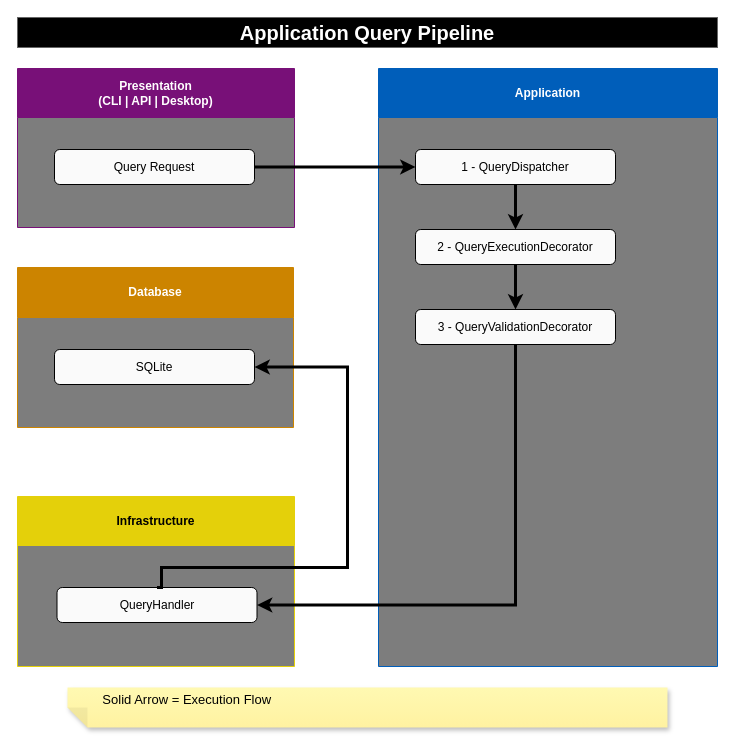
The draw.io diagram docs/application/application-query-pipeline.drawio in sergio-lopes-developer/whoami, before the edit. Source tidied: cells renumbered, new cells numbered last; positions are measured from the earlier drawing's top-left corner, leaving out a move shared by most shapes. Both pictures are drawn from the tidied source at 100%, with x=0, y=0 at pixel (17, 17).
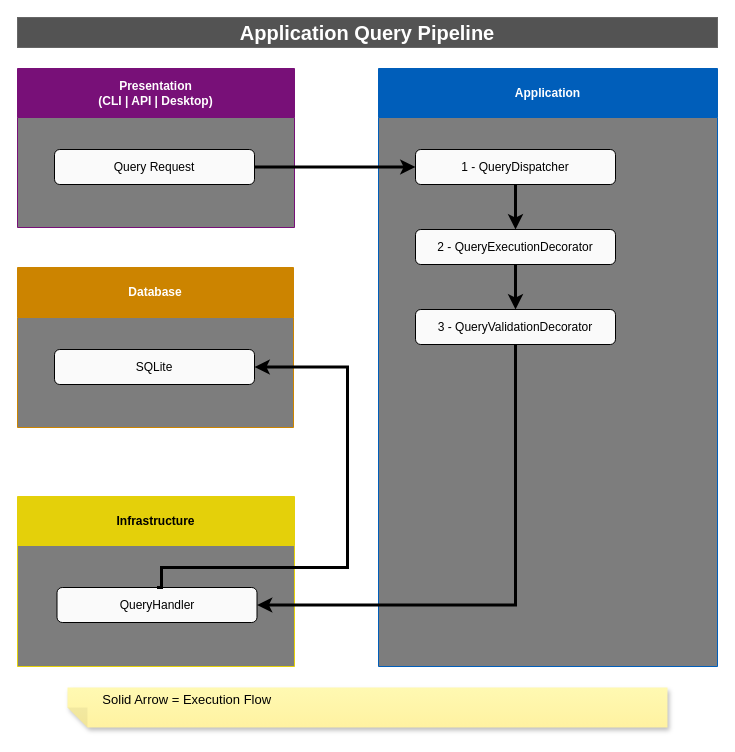
After the change.

Commit message (it also covers changes not shown here):
docs: remove diagram title background gradients

Diff of the diagram source:
```diff
@@
-    <mxCell id="13" value="&lt;font style=&quot;color: light-dark(rgb(255, 255, 255), rgb(255, 255, 255));&quot;&gt;Application Query Pipeline&lt;/font&gt;" style="text;html=1;whiteSpace=wrap;strokeColor=#666666;fillColor=#f5f5f5;align=center;verticalAlign=middle;rounded=0;gradientColor=light-dark(#535353,#535353);fontSize=20;fontStyle=1;fontColor=light-dark(#FFFFFF,#FFFFFF);" parent="1" vertex="1">
+    <mxCell id="13" value="&lt;font style=&quot;color: light-dark(rgb(255, 255, 255), rgb(255, 255, 255));&quot;&gt;Application Query Pipeline&lt;/font&gt;" style="text;html=1;whiteSpace=wrap;strokeColor=#666666;fillColor=light-dark(#535353,#535353);align=center;verticalAlign=middle;rounded=0;gradientColor=none;fontSize=20;fontStyle=1;fontColor=light-dark(#FFFFFF,#FFFFFF);fillStyle=solid;" parent="1" vertex="1">
       <mxGeometry width="700" height="30" as="geometry" />
     </mxCell>
```
